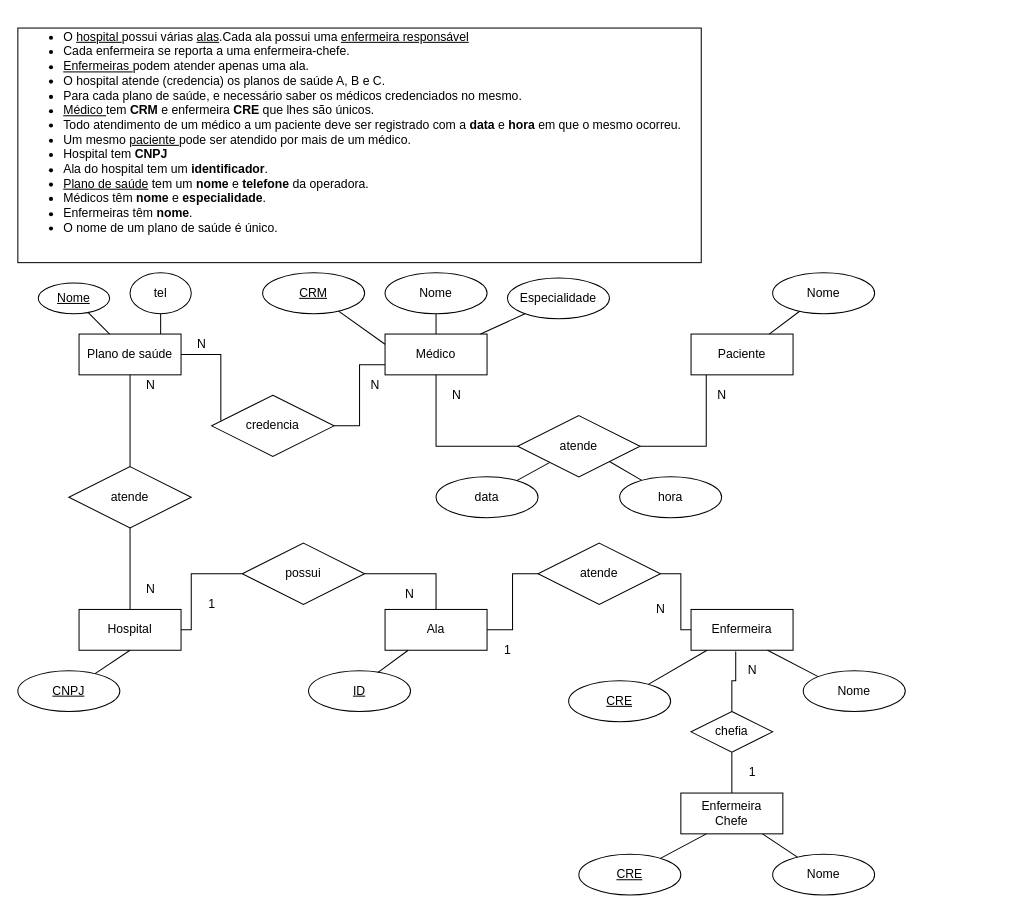
Before: aula03/draw-io/Hospital.drawio in prof-salu/2020.2-BancoDados-Centro-Manha, a draw.io diagram. Source tidied: cells renumbered, new cells numbered last; positions are measured from the earlier drawing's top-left corner, leaving out a move shared by most shapes. Both pictures are drawn from the tidied source at 102%, with x=0, y=0 at pixel (17, 28).
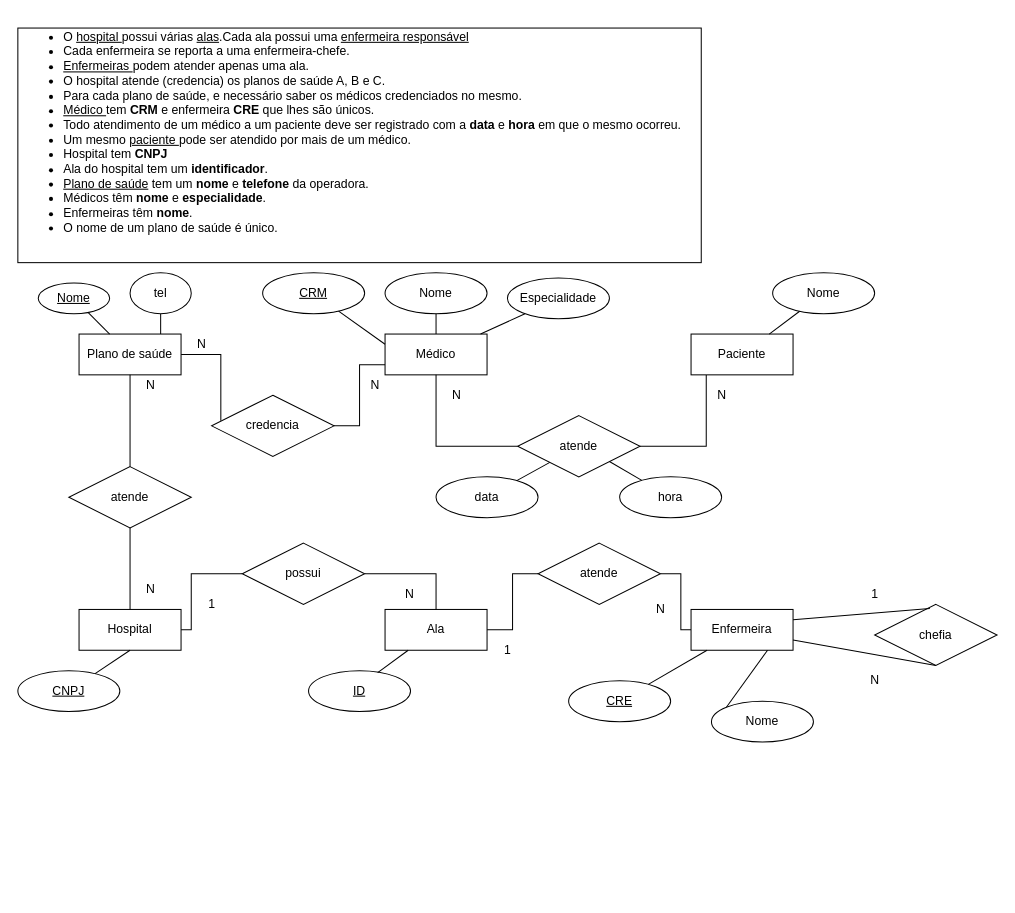
Above is the later version.

Commit message (it also covers changes not shown here):
arquivos aula03

The change refers to these unchanged cells:
```xml
<mxCell id="12" value="Enfermeira" style="whiteSpace=wrap;html=1;align=center;strokeColor=#000000;" parent="1" vertex="1">
  <mxGeometry x="660" y="570" width="100" height="40" as="geometry" />
</mxCell>
```

Diff of the diagram source:
```diff
@@
-    <mxCell id="13" value="&lt;div&gt;Enfermeira&lt;/div&gt;&lt;div&gt;Chefe&lt;br&gt;&lt;/div&gt;" style="whiteSpace=wrap;html=1;align=center;strokeColor=#000000;" parent="1" vertex="1">
-      <mxGeometry x="650" y="750" width="100" height="40" as="geometry" />
-    </mxCell>
@@
     <mxCell id="29" value="Nome" style="ellipse;whiteSpace=wrap;html=1;align=center;strokeColor=#000000;" parent="1" vertex="1">
-      <mxGeometry x="770" y="630" width="100" height="40" as="geometry" />
+      <mxGeometry x="680" y="660" width="100" height="40" as="geometry" />
     </mxCell>
@@
-    <mxCell id="32" value="&lt;u&gt;CRE&lt;/u&gt;" style="ellipse;whiteSpace=wrap;html=1;align=center;strokeColor=#000000;" parent="1" vertex="1">
-      <mxGeometry x="550" y="810" width="100" height="40" as="geometry" />
-    </mxCell>
-    <mxCell id="33" value="Nome" style="ellipse;whiteSpace=wrap;html=1;align=center;strokeColor=#000000;" parent="1" vertex="1">
-      <mxGeometry x="740" y="810" width="100" height="40" as="geometry" />
-    </mxCell>
-    <mxCell id="34" style="endArrow=none;html=1;rounded=0;entryX=0.25;entryY=1;entryDx=0;entryDy=0;" parent="1" edge="1" source="32" target="13">
-      <mxGeometry relative="1" as="geometry" />
-    </mxCell>
-    <mxCell id="35" style="endArrow=none;html=1;rounded=0;" parent="1" edge="1" source="33" target="13">
-      <mxGeometry relative="1" as="geometry" />
-    </mxCell>
@@
-    <mxCell id="49" style="edgeStyle=orthogonalEdgeStyle;rounded=0;jettySize=auto;html=1;entryX=0.438;entryY=1.031;entryDx=0;entryDy=0;entryPerimeter=0;endArrow=none;endFill=0;" parent="1" edge="1" source="51" target="12">
-      <mxGeometry relative="1" as="geometry" />
-    </mxCell>
-    <mxCell id="50" style="edgeStyle=orthogonalEdgeStyle;rounded=0;jettySize=auto;html=1;endArrow=none;endFill=0;" parent="1" edge="1" source="51" target="13">
-      <mxGeometry relative="1" as="geometry" />
-    </mxCell>
-    <mxCell id="51" value="chefia" style="shape=rhombus;perimeter=rhombusPerimeter;whiteSpace=wrap;html=1;align=center;strokeColor=#000000;" parent="1" vertex="1">
-      <mxGeometry x="660" y="670" width="80" height="40" as="geometry" />
-    </mxCell>
@@
+    <mxCell id="51" value="chefia" style="shape=rhombus;perimeter=rhombusPerimeter;whiteSpace=wrap;html=1;align=center;" parent="1" vertex="1">
+      <mxGeometry x="840" y="565" width="120" height="60" as="geometry" />
+    </mxCell>
+    <mxCell id="68" style="endArrow=none;html=1;rounded=0;exitX=1;exitY=0.75;exitDx=0;exitDy=0;entryX=0.5;entryY=1;entryDx=0;entryDy=0;" parent="1" edge="1" source="12" target="51">
+      <mxGeometry relative="1" as="geometry" />
+    </mxCell>
+    <mxCell id="69" style="endArrow=none;html=1;rounded=0;entryX=0.451;entryY=0.067;entryDx=0;entryDy=0;entryPerimeter=0;exitX=1;exitY=0.25;exitDx=0;exitDy=0;" parent="1" edge="1" source="12" target="51">
+      <mxGeometry relative="1" as="geometry" />
+    </mxCell>
+    <mxCell id="67" value="N" style="text;html=1;align=center;verticalAlign=middle;" parent="1" vertex="1">
+      <mxGeometry x="830" y="630" width="20" height="20" as="geometry" />
+    </mxCell>
     <mxCell id="66" value="1" style="text;html=1;align=center;verticalAlign=middle;" parent="1" vertex="1">
-      <mxGeometry x="710" y="720" width="20" height="20" as="geometry" />
+      <mxGeometry x="830" y="545" width="20" height="20" as="geometry" />
     </mxCell>
-    <mxCell id="67" value="N" style="text;html=1;align=center;verticalAlign=middle;" parent="1" vertex="1">
-      <mxGeometry x="710" y="620" width="20" height="20" as="geometry" />
-    </mxCell>
```
